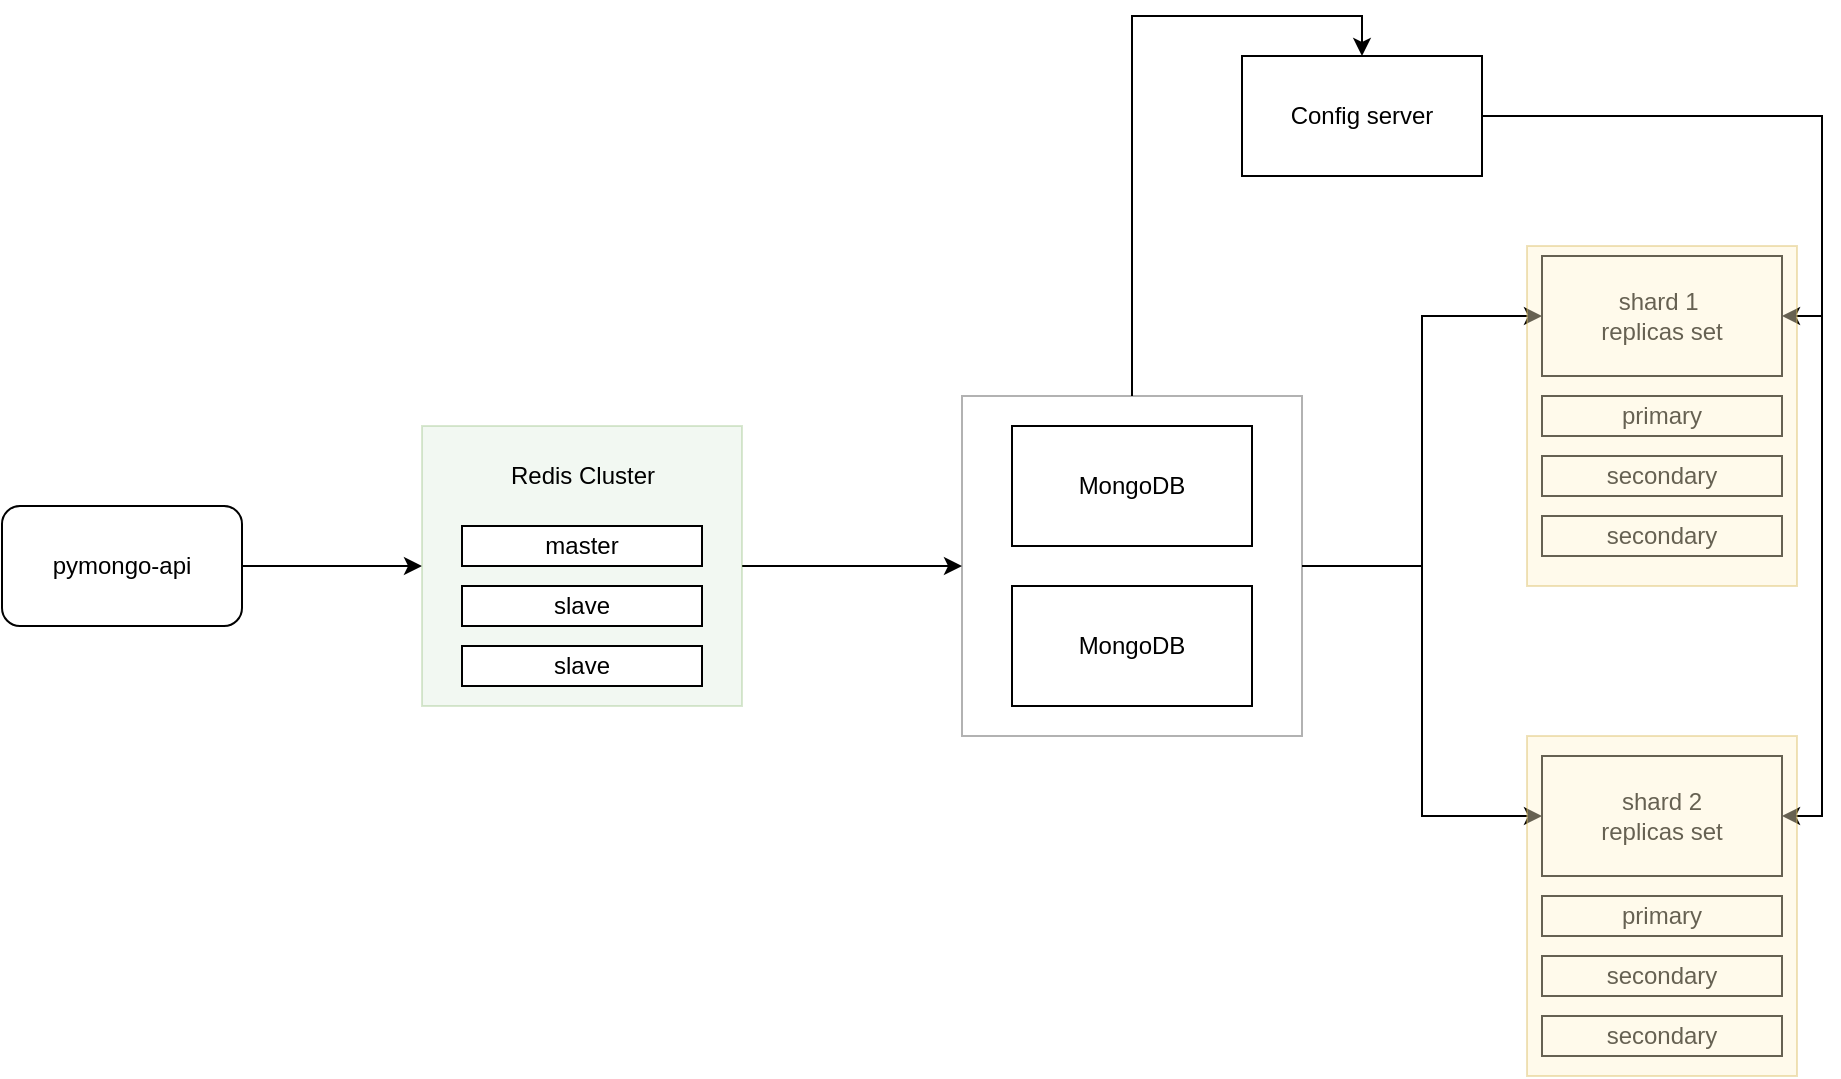
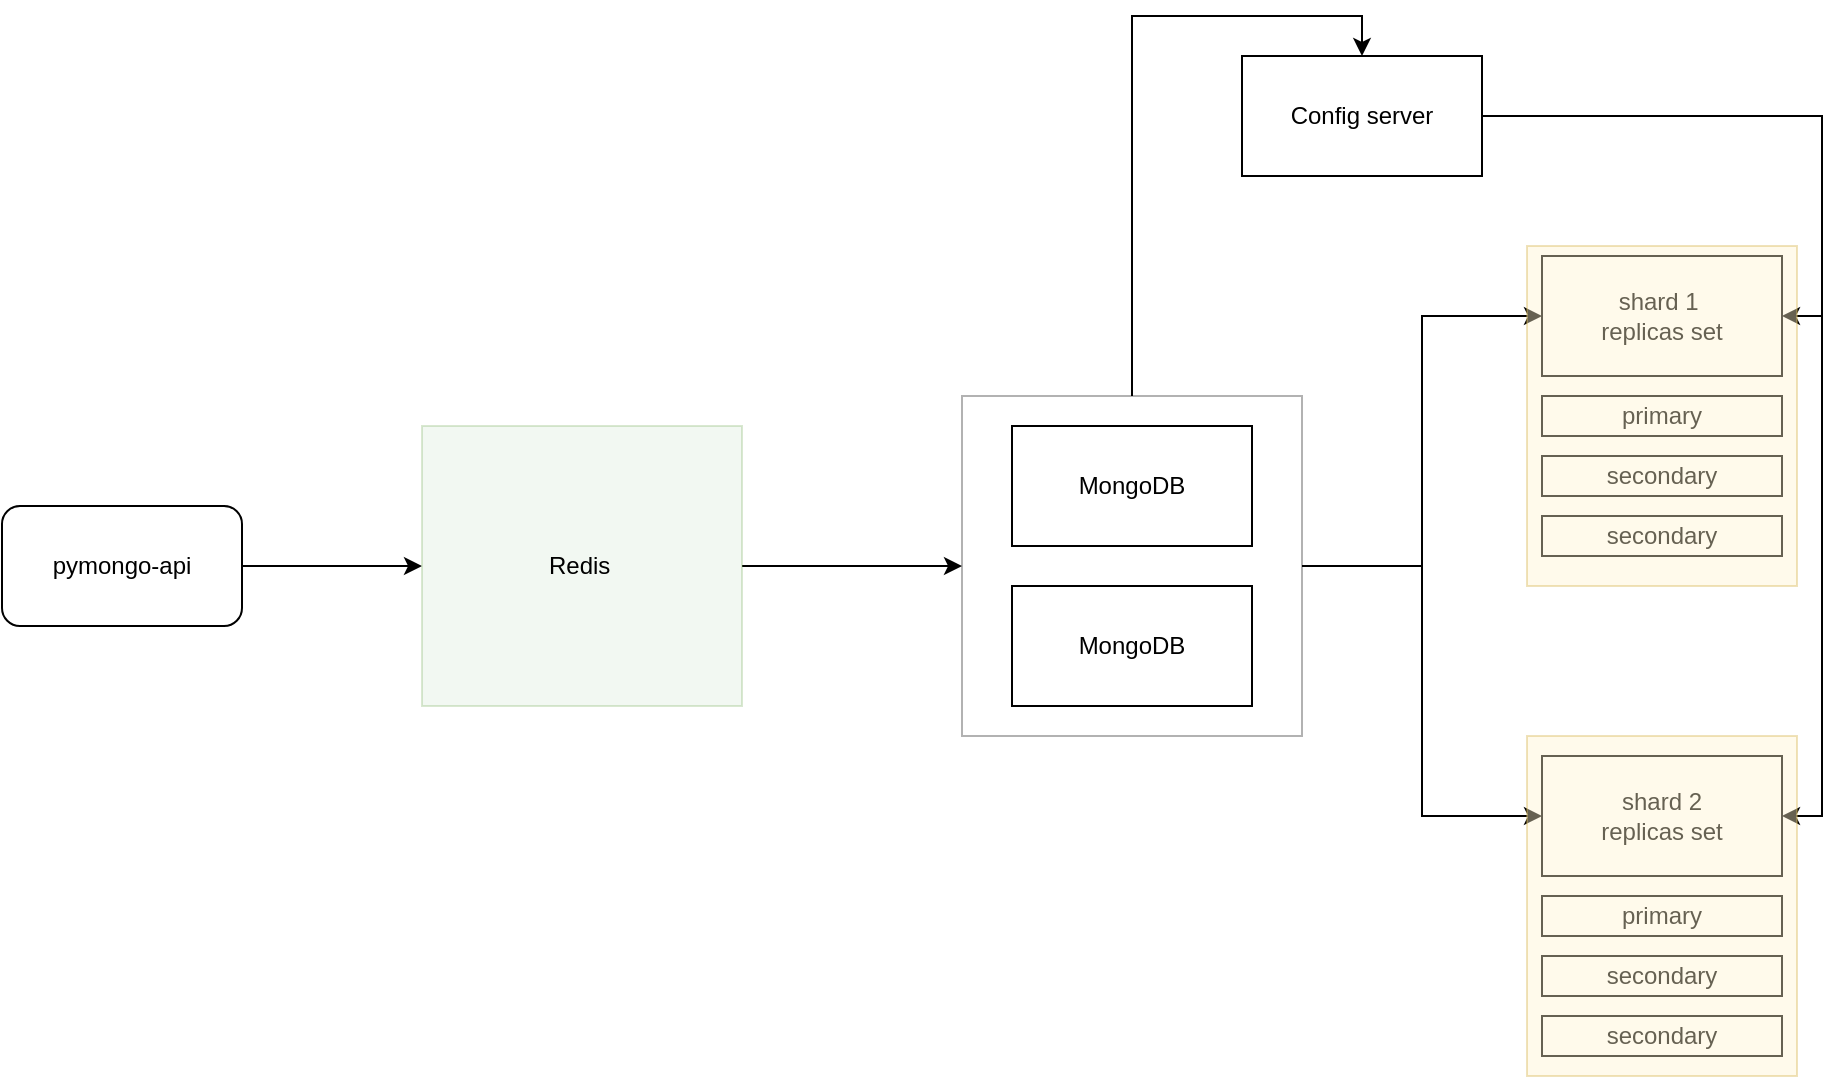
<mxfile host="Electron" agent="Mozilla/5.0 (Windows NT 10.0; Win64; x64) AppleWebKit/537.36 (KHTML, like Gecko) draw.io/26.0.9 Chrome/128.0.6613.186 Electron/32.2.5 Safari/537.36" version="26.0.9">
  <diagram name="Page-1" id="-H_mtQnk-PTXWXPvYvuk">
-     <mxGraphModel dx="1420" dy="830" grid="1" gridSize="10" guides="1" tooltips="1" connect="1" arrows="1" fold="1" page="1" pageScale="1" pageWidth="1169" pageHeight="827" math="0" shadow="0">
+     <mxGraphModel dx="1404" dy="814" grid="1" gridSize="10" guides="1" tooltips="1" connect="1" arrows="1" fold="1" page="1" pageScale="1" pageWidth="1169" pageHeight="827" math="0" shadow="0">
      <root>
        <mxCell id="0" />
        <mxCell id="1" parent="0" />
        <mxCell id="JyR3qLGQxT0m1LabVau7-28" style="edgeStyle=orthogonalEdgeStyle;rounded=0;orthogonalLoop=1;jettySize=auto;html=1;entryX=0;entryY=0.5;entryDx=0;entryDy=0;" parent="1" source="zA23MoTUsTF4_91t8viU-3" target="JyR3qLGQxT0m1LabVau7-22" edge="1">
          <mxGeometry relative="1" as="geometry" />
        </mxCell>
        <mxCell id="zA23MoTUsTF4_91t8viU-3" value="pymongo-api" style="rounded=1;whiteSpace=wrap;html=1;" parent="1" vertex="1">
          <mxGeometry x="40" y="255" width="120" height="60" as="geometry" />
        </mxCell>
        <mxCell id="Yi-5V_9peqJmMv55Zx4X-11" style="edgeStyle=orthogonalEdgeStyle;rounded=0;orthogonalLoop=1;jettySize=auto;html=1;entryX=0;entryY=0.5;entryDx=0;entryDy=0;" parent="1" source="Yi-5V_9peqJmMv55Zx4X-7" target="Yi-5V_9peqJmMv55Zx4X-10" edge="1">
          <mxGeometry relative="1" as="geometry" />
        </mxCell>
        <mxCell id="Yi-5V_9peqJmMv55Zx4X-12" style="edgeStyle=orthogonalEdgeStyle;rounded=0;orthogonalLoop=1;jettySize=auto;html=1;entryX=0;entryY=0.5;entryDx=0;entryDy=0;" parent="1" source="Yi-5V_9peqJmMv55Zx4X-7" target="Yi-5V_9peqJmMv55Zx4X-9" edge="1">
          <mxGeometry relative="1" as="geometry" />
        </mxCell>
        <mxCell id="JyR3qLGQxT0m1LabVau7-4" style="edgeStyle=orthogonalEdgeStyle;rounded=0;orthogonalLoop=1;jettySize=auto;html=1;entryX=0.5;entryY=0;entryDx=0;entryDy=0;" parent="1" source="Yi-5V_9peqJmMv55Zx4X-7" target="Yi-5V_9peqJmMv55Zx4X-14" edge="1">
          <mxGeometry relative="1" as="geometry" />
        </mxCell>
        <mxCell id="Yi-5V_9peqJmMv55Zx4X-7" value="" style="whiteSpace=wrap;html=1;aspect=fixed;align=left;opacity=30;" parent="1" vertex="1">
          <mxGeometry x="520" y="200" width="170" height="170" as="geometry" />
        </mxCell>
        <mxCell id="Yi-5V_9peqJmMv55Zx4X-9" value="shard 2&lt;div&gt;replicas set&lt;/div&gt;" style="rounded=0;whiteSpace=wrap;html=1;" parent="1" vertex="1">
          <mxGeometry x="810" y="380" width="120" height="60" as="geometry" />
        </mxCell>
        <mxCell id="Yi-5V_9peqJmMv55Zx4X-10" value="shard 1&amp;nbsp;&lt;div&gt;replicas set&lt;/div&gt;" style="rounded=0;whiteSpace=wrap;html=1;" parent="1" vertex="1">
          <mxGeometry x="810" y="130" width="120" height="60" as="geometry" />
        </mxCell>
        <mxCell id="JyR3qLGQxT0m1LabVau7-7" style="edgeStyle=orthogonalEdgeStyle;rounded=0;orthogonalLoop=1;jettySize=auto;html=1;entryX=1;entryY=0.5;entryDx=0;entryDy=0;" parent="1" source="Yi-5V_9peqJmMv55Zx4X-14" target="Yi-5V_9peqJmMv55Zx4X-10" edge="1">
          <mxGeometry relative="1" as="geometry" />
        </mxCell>
        <mxCell id="JyR3qLGQxT0m1LabVau7-16" style="edgeStyle=orthogonalEdgeStyle;rounded=0;orthogonalLoop=1;jettySize=auto;html=1;entryX=1;entryY=0.5;entryDx=0;entryDy=0;" parent="1" source="Yi-5V_9peqJmMv55Zx4X-14" target="Yi-5V_9peqJmMv55Zx4X-9" edge="1">
          <mxGeometry relative="1" as="geometry" />
        </mxCell>
        <mxCell id="Yi-5V_9peqJmMv55Zx4X-14" value="Config server" style="rounded=0;whiteSpace=wrap;html=1;" parent="1" vertex="1">
          <mxGeometry x="660" y="30" width="120" height="60" as="geometry" />
        </mxCell>
        <mxCell id="JyR3qLGQxT0m1LabVau7-1" value="MongoDB" style="rounded=0;whiteSpace=wrap;html=1;" parent="1" vertex="1">
          <mxGeometry x="545" y="215" width="120" height="60" as="geometry" />
        </mxCell>
        <mxCell id="JyR3qLGQxT0m1LabVau7-2" value="MongoDB" style="rounded=0;whiteSpace=wrap;html=1;" parent="1" vertex="1">
          <mxGeometry x="545" y="295" width="120" height="60" as="geometry" />
        </mxCell>
        <mxCell id="JyR3qLGQxT0m1LabVau7-8" value="primary" style="rounded=0;whiteSpace=wrap;html=1;" parent="1" vertex="1">
          <mxGeometry x="810" y="200" width="120" height="20" as="geometry" />
        </mxCell>
        <mxCell id="JyR3qLGQxT0m1LabVau7-9" value="secondary" style="rounded=0;whiteSpace=wrap;html=1;" parent="1" vertex="1">
          <mxGeometry x="810" y="230" width="120" height="20" as="geometry" />
        </mxCell>
        <mxCell id="JyR3qLGQxT0m1LabVau7-10" value="secondary" style="rounded=0;whiteSpace=wrap;html=1;" parent="1" vertex="1">
          <mxGeometry x="810" y="260" width="120" height="20" as="geometry" />
        </mxCell>
        <mxCell id="JyR3qLGQxT0m1LabVau7-12" value="primary" style="rounded=0;whiteSpace=wrap;html=1;" parent="1" vertex="1">
          <mxGeometry x="810" y="450" width="120" height="20" as="geometry" />
        </mxCell>
        <mxCell id="JyR3qLGQxT0m1LabVau7-13" value="secondary" style="rounded=0;whiteSpace=wrap;html=1;" parent="1" vertex="1">
          <mxGeometry x="810" y="480" width="120" height="20" as="geometry" />
        </mxCell>
        <mxCell id="JyR3qLGQxT0m1LabVau7-14" value="secondary" style="rounded=0;whiteSpace=wrap;html=1;" parent="1" vertex="1">
          <mxGeometry x="810" y="510" width="120" height="20" as="geometry" />
        </mxCell>
        <mxCell id="JyR3qLGQxT0m1LabVau7-17" value="" style="rounded=0;whiteSpace=wrap;html=1;opacity=40;fillColor=#fff2cc;strokeColor=#d6b656;" parent="1" vertex="1">
          <mxGeometry x="802.5" y="125" width="135" height="170" as="geometry" />
        </mxCell>
        <mxCell id="JyR3qLGQxT0m1LabVau7-18" value="" style="rounded=0;whiteSpace=wrap;html=1;opacity=40;fillColor=#fff2cc;strokeColor=#d6b656;" parent="1" vertex="1">
          <mxGeometry x="802.5" y="370" width="135" height="170" as="geometry" />
        </mxCell>
        <mxCell id="JyR3qLGQxT0m1LabVau7-29" value="" style="edgeStyle=orthogonalEdgeStyle;rounded=0;orthogonalLoop=1;jettySize=auto;html=1;" parent="1" source="JyR3qLGQxT0m1LabVau7-22" target="Yi-5V_9peqJmMv55Zx4X-7" edge="1">
          <mxGeometry relative="1" as="geometry" />
        </mxCell>
        <mxCell id="JyR3qLGQxT0m1LabVau7-22" value="" style="rounded=0;whiteSpace=wrap;html=1;fillColor=#d5e8d4;strokeColor=#82b366;opacity=30;" parent="1" vertex="1">
          <mxGeometry x="250" y="215" width="160" height="140" as="geometry" />
        </mxCell>
-         <mxCell id="JyR3qLGQxT0m1LabVau7-23" value="Redis Cluster" style="text;html=1;align=center;verticalAlign=middle;resizable=0;points=[];autosize=1;strokeColor=none;fillColor=none;" parent="1" vertex="1">
-           <mxGeometry x="280" y="225" width="100" height="30" as="geometry" />
-         </mxCell>
-         <mxCell id="JyR3qLGQxT0m1LabVau7-25" value="master" style="rounded=0;whiteSpace=wrap;html=1;" parent="1" vertex="1">
-           <mxGeometry x="270" y="265" width="120" height="20" as="geometry" />
-         </mxCell>
-         <mxCell id="JyR3qLGQxT0m1LabVau7-26" value="slave" style="rounded=0;whiteSpace=wrap;html=1;" parent="1" vertex="1">
-           <mxGeometry x="270" y="295" width="120" height="20" as="geometry" />
-         </mxCell>
-         <mxCell id="JyR3qLGQxT0m1LabVau7-27" value="slave" style="rounded=0;whiteSpace=wrap;html=1;" parent="1" vertex="1">
-           <mxGeometry x="270" y="325" width="120" height="20" as="geometry" />
+         <mxCell id="JyR3qLGQxT0m1LabVau7-23" value="Redis&amp;nbsp;" style="text;html=1;align=center;verticalAlign=middle;resizable=0;points=[];autosize=1;strokeColor=none;fillColor=none;" parent="1" vertex="1">
+           <mxGeometry x="300" y="270" width="60" height="30" as="geometry" />
        </mxCell>
      </root>
    </mxGraphModel>
  </diagram>
</mxfile>
